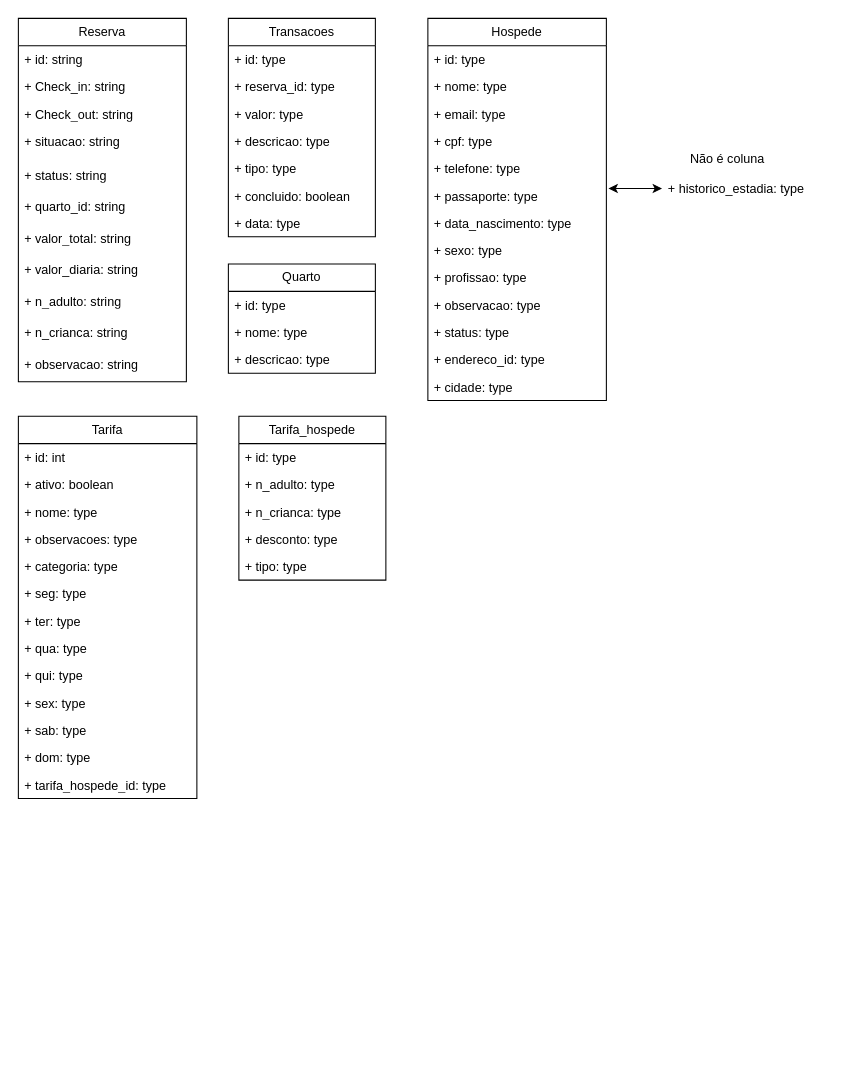
Before: page "Hotel" (5 of 6) of Tabelas.drawio in FSOFTSistemas/lago_sao_francisco, a draw.io diagram. Source tidied: cells renumbered, new cells numbered last; positions are measured from the earlier drawing's top-left corner, leaving out a move shared by most shapes. Both pictures are drawn from the tidied source at 105%, with x=0, y=0 at pixel (18, 18).
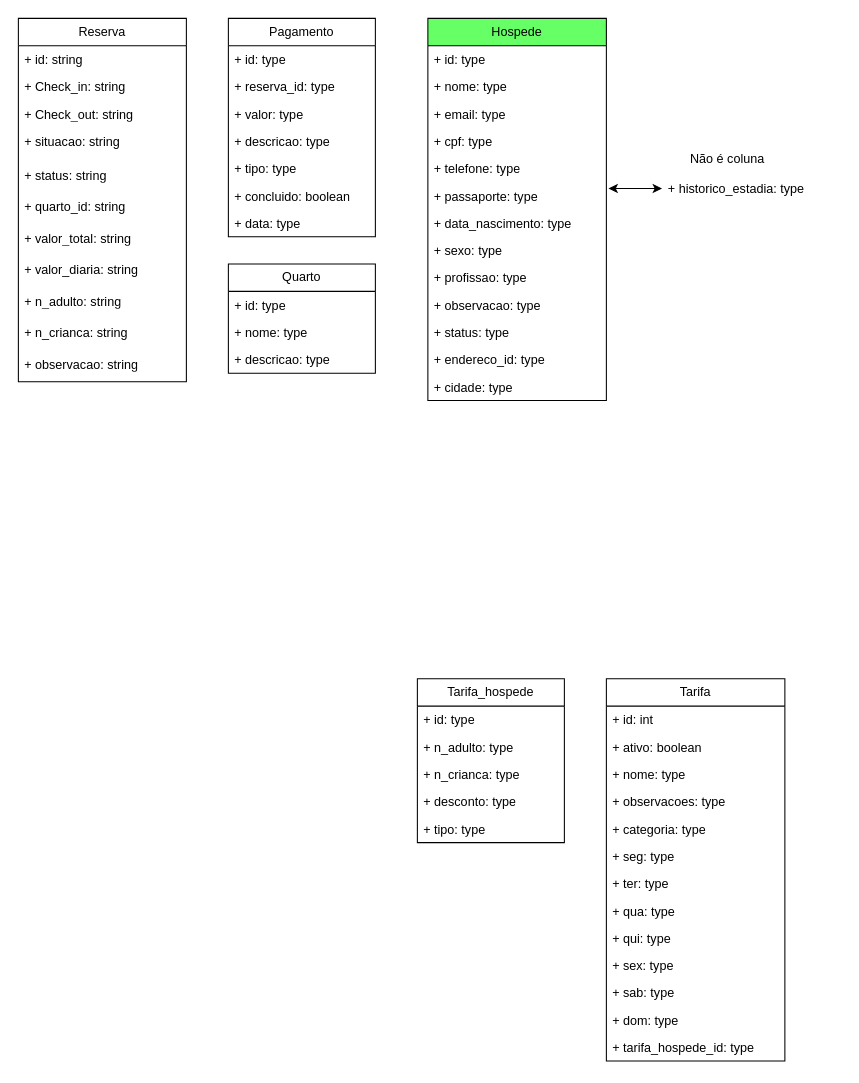
After the change.

The edit, as a diff of the source:
```diff
@@
-    <mxCell id="14" value="Hospede" style="swimlane;fontStyle=0;horizontal=1;startSize=26;fillColor=none;whiteSpace=wrap;html=1;" parent="1" vertex="1">
+    <mxCell id="14" value="Hospede" style="swimlane;fontStyle=0;horizontal=1;startSize=26;fillColor=#66FF66;whiteSpace=wrap;html=1;" parent="1" vertex="1">
       <mxGeometry x="390" width="170" height="364" as="geometry" />
     </mxCell>
@@
-    <mxCell id="28" value="Transacoes" style="swimlane;fontStyle=0;horizontal=1;startSize=26;fillColor=none;whiteSpace=wrap;html=1;" parent="1" vertex="1">
+    <mxCell id="28" value="Pagamento" style="swimlane;fontStyle=0;horizontal=1;startSize=26;fillColor=none;whiteSpace=wrap;html=1;" parent="1" vertex="1">
       <mxGeometry x="200" width="140" height="208" as="geometry" />
     </mxCell>
@@
     <mxCell id="43" value="Tarifa" style="swimlane;fontStyle=0;horizontal=1;startSize=26;fillColor=none;whiteSpace=wrap;html=1;" parent="1" vertex="1">
-      <mxGeometry y="379" width="170" height="364" as="geometry" />
+      <mxGeometry x="560" y="629" width="170" height="364" as="geometry" />
     </mxCell>
@@
     <mxCell id="57" value="Tarifa_hospede" style="swimlane;fontStyle=0;horizontal=1;startSize=26;fillColor=none;whiteSpace=wrap;html=1;" parent="1" vertex="1">
-      <mxGeometry x="210" y="379" width="140" height="156" as="geometry" />
+      <mxGeometry x="380" y="629" width="140" height="156" as="geometry" />
     </mxCell>
```
